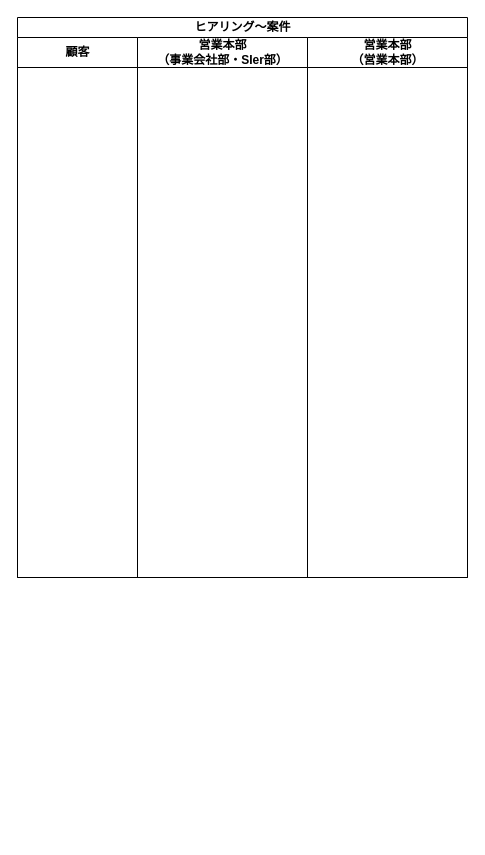
TaikiHorita/TaikiRepository keeps this draw.io diagram as page "ヒアリング～案件" (2 of 3) of 20230622To-Be業務フロー図.drawio. Above is the earlier version. Source tidied: cells renumbered, new cells numbered last; positions are measured from the earlier drawing's top-left corner, leaving out a move shared by most shapes. Both pictures are drawn from the tidied source at 100%, with x=0, y=0 at pixel (17, 17).
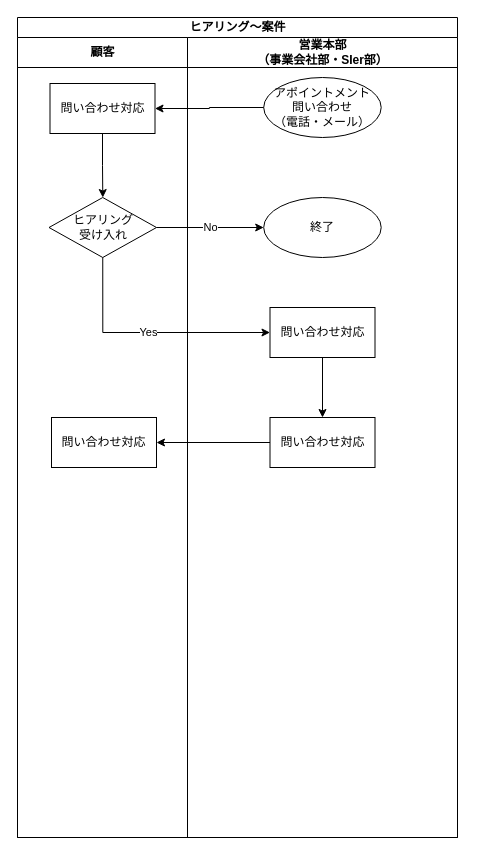
The same diagram, later.

Commit message:
20230622To-Be業務フロー図.drawio を更新します

What changed in the source:
```diff
@@
 <mxGraphModel>
   <root>
     <mxCell id="0" />
     <mxCell id="1" parent="0" />
     <mxCell id="2" value="ヒアリング～案件" style="swimlane;startSize=20;html=1;" parent="1" vertex="1">
-      <mxGeometry width="450" height="560" as="geometry" />
+      <mxGeometry width="440" height="820" as="geometry" />
     </mxCell>
     <mxCell id="3" value="顧客" style="swimlane;startSize=30;html=1;" parent="2" vertex="1">
-      <mxGeometry y="20" width="120" height="540" as="geometry" />
+      <mxGeometry y="20" width="170" height="800" as="geometry" />
     </mxCell>
+    <mxCell id="6" style="edgeStyle=orthogonalEdgeStyle;rounded=0;jettySize=auto;html=1;exitX=0.5;exitY=1;exitDx=0;exitDy=0;" parent="3" edge="1" source="7" target="8">
+      <mxGeometry relative="1" as="geometry" />
+    </mxCell>
+    <mxCell id="7" value="問い合わせ対応" style="rounded=0;whiteSpace=wrap;html=1;" parent="3" vertex="1">
+      <mxGeometry x="32.5" y="46" width="105" height="50" as="geometry" />
+    </mxCell>
+    <mxCell id="8" value="ヒアリング&lt;br&gt;受け入れ" style="rhombus;whiteSpace=wrap;html=1;" parent="3" vertex="1">
+      <mxGeometry x="31.5" y="160" width="107.5" height="60" as="geometry" />
+    </mxCell>
+    <mxCell id="9" value="問い合わせ対応" style="rounded=0;whiteSpace=wrap;html=1;" parent="3" vertex="1">
+      <mxGeometry x="34" y="380" width="105" height="50" as="geometry" />
+    </mxCell>
     <mxCell id="4" value="営業本部&lt;br&gt;（事業会社部・SIer部）" style="swimlane;startSize=30;html=1;" parent="2" vertex="1">
-      <mxGeometry x="120" y="20" width="170" height="540" as="geometry" />
+      <mxGeometry x="170" y="20" width="270" height="800" as="geometry" />
     </mxCell>
-    <mxCell id="5" value="営業本部&lt;br&gt;（営業本部）" style="swimlane;startSize=30;html=1;" parent="2" vertex="1">
-      <mxGeometry x="290" y="20" width="160" height="540" as="geometry" />
-    </mxCell>
+    <mxCell id="10" value="アポイントメント&lt;br&gt;問い合わせ&lt;br&gt;（電話・メール）" style="ellipse;whiteSpace=wrap;html=1;" parent="4" vertex="1">
+      <mxGeometry x="76.2" y="40" width="117.5" height="60" as="geometry" />
+    </mxCell>
+    <mxCell id="11" value="終了" style="ellipse;whiteSpace=wrap;html=1;" parent="4" vertex="1">
+      <mxGeometry x="76.2" y="160" width="117.5" height="60" as="geometry" />
+    </mxCell>
+    <mxCell id="12" style="edgeStyle=orthogonalEdgeStyle;rounded=0;jettySize=auto;html=1;exitX=0.5;exitY=1;exitDx=0;exitDy=0;entryX=0.5;entryY=0;entryDx=0;entryDy=0;" parent="4" edge="1" source="13" target="14">
+      <mxGeometry relative="1" as="geometry" />
+    </mxCell>
+    <mxCell id="13" value="問い合わせ対応" style="rounded=0;whiteSpace=wrap;html=1;" parent="4" vertex="1">
+      <mxGeometry x="82.5" y="270" width="105" height="50" as="geometry" />
+    </mxCell>
+    <mxCell id="14" value="問い合わせ対応" style="rounded=0;whiteSpace=wrap;html=1;" parent="4" vertex="1">
+      <mxGeometry x="82.5" y="380" width="105" height="50" as="geometry" />
+    </mxCell>
+    <mxCell id="15" value="No" style="edgeStyle=orthogonalEdgeStyle;rounded=0;jettySize=auto;html=1;exitX=1;exitY=0.5;exitDx=0;exitDy=0;entryX=0;entryY=0.5;entryDx=0;entryDy=0;" parent="2" edge="1" source="8" target="11">
+      <mxGeometry relative="1" as="geometry" />
+    </mxCell>
+    <mxCell id="16" style="edgeStyle=orthogonalEdgeStyle;rounded=0;jettySize=auto;html=1;exitX=0;exitY=0.5;exitDx=0;exitDy=0;entryX=1;entryY=0.5;entryDx=0;entryDy=0;" parent="2" edge="1" source="10" target="7">
+      <mxGeometry relative="1" as="geometry" />
+    </mxCell>
+    <mxCell id="17" value="Yes" style="edgeStyle=orthogonalEdgeStyle;rounded=0;jettySize=auto;html=1;exitX=0.5;exitY=1;exitDx=0;exitDy=0;entryX=0;entryY=0.5;entryDx=0;entryDy=0;" parent="2" edge="1" source="8" target="13">
+      <mxGeometry relative="1" as="geometry" />
+    </mxCell>
+    <mxCell id="18" style="edgeStyle=orthogonalEdgeStyle;rounded=0;jettySize=auto;html=1;exitX=0;exitY=0.5;exitDx=0;exitDy=0;entryX=1;entryY=0.5;entryDx=0;entryDy=0;" parent="2" edge="1" source="14" target="9">
+      <mxGeometry relative="1" as="geometry" />
+    </mxCell>
   </root>
 </mxGraphModel>
```
